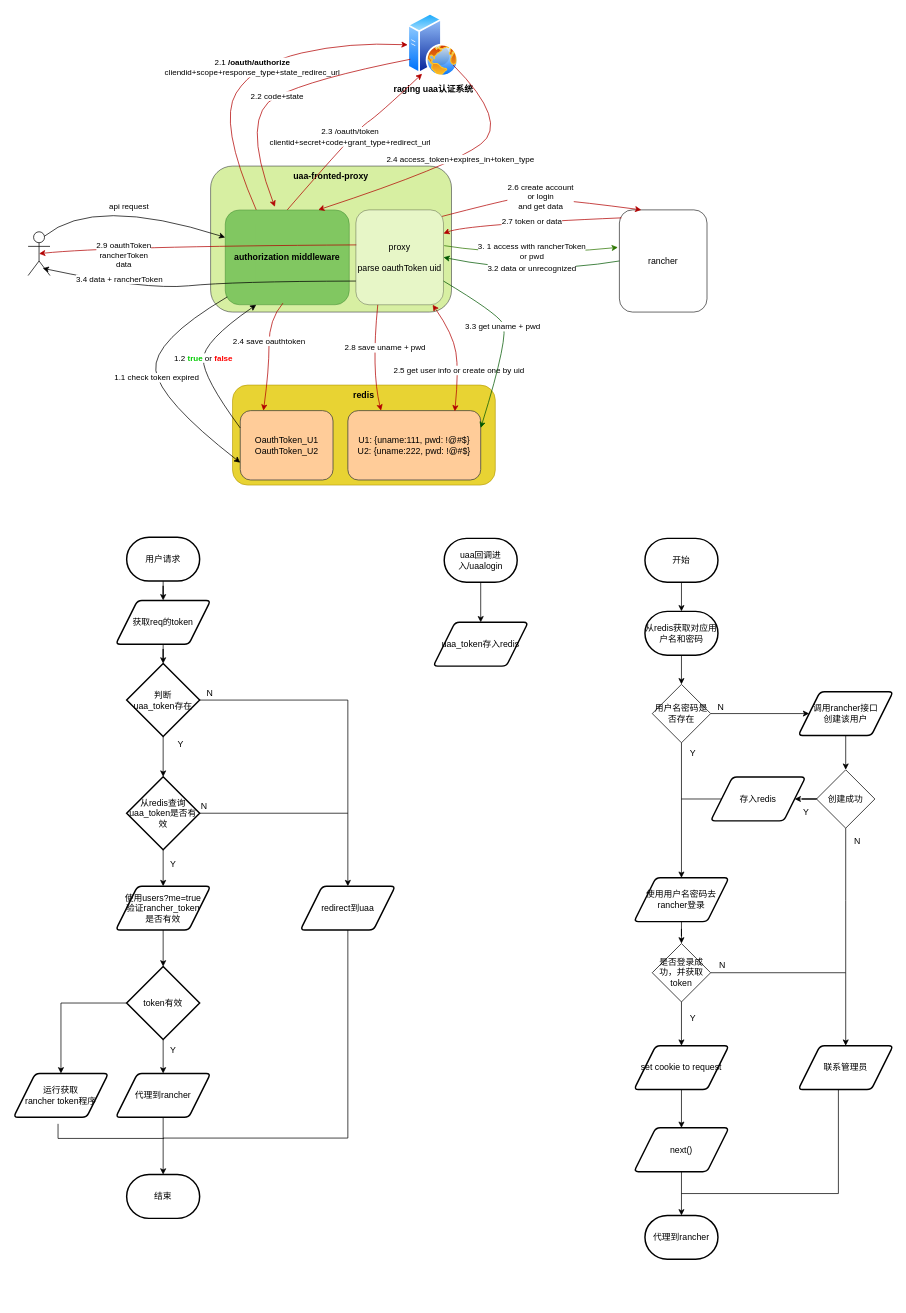
The draw.io diagram uaa-fronted-proxy.drawio in guowenshuai/draw.io, before the edit. Source tidied: cells renumbered, new cells numbered last; positions are measured from the earlier drawing's top-left corner, leaving out a move shared by most shapes. Both pictures are drawn from the tidied source at 73%, with x=0, y=0 at pixel (13, 12).
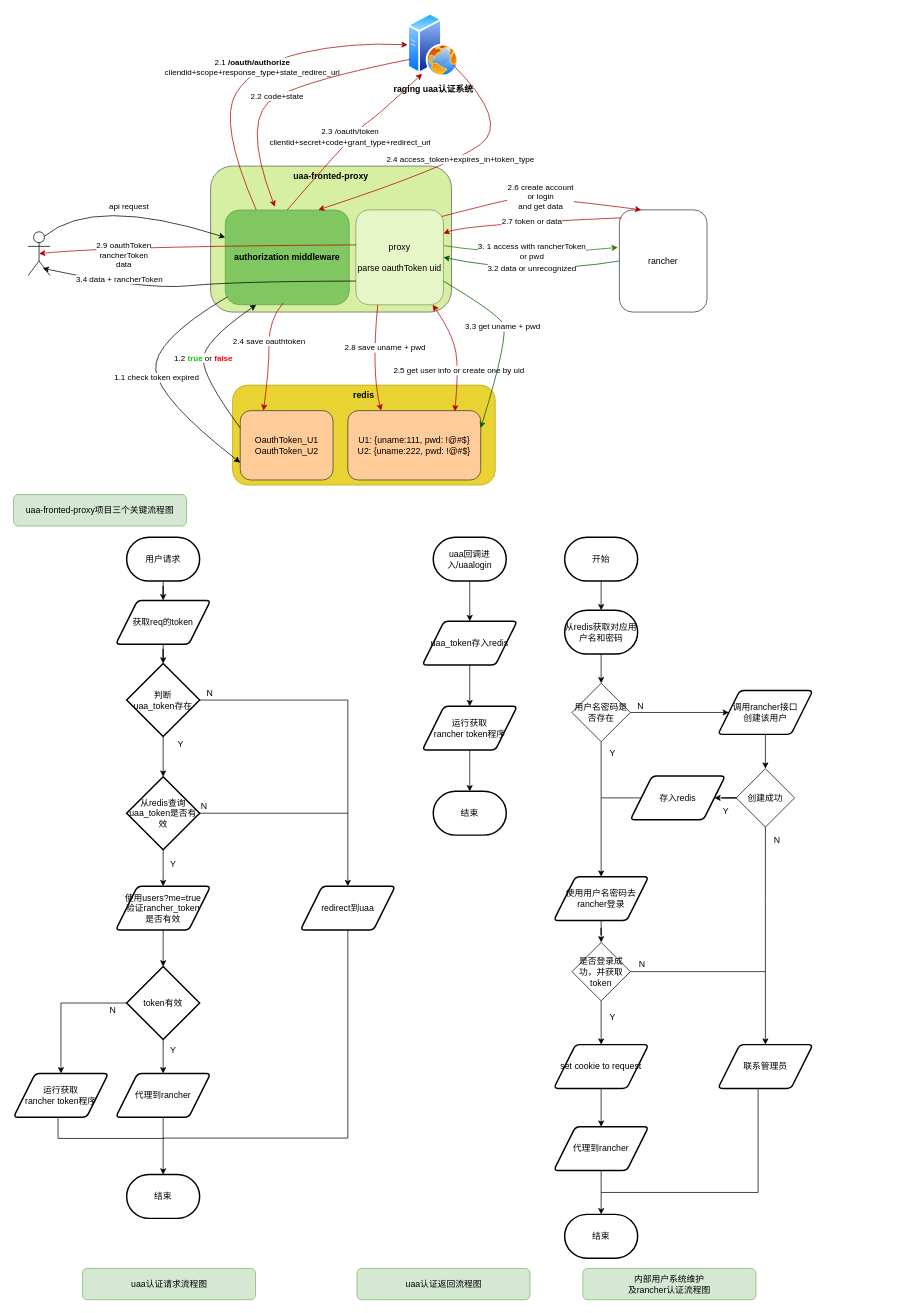
Above is the later version.

The change refers to these unchanged cells:
```xml
<mxCell id="90" value="运行获取&lt;br&gt;rancher token程序" style="shape=parallelogram;html=1;strokeWidth=2;perimeter=parallelogramPerimeter;whiteSpace=wrap;rounded=1;arcSize=12;size=0.23;" parent="1" vertex="1">
  <mxGeometry y="1453" width="130" height="60" as="geometry" />
</mxCell>
```

The edit, as a diff of the source:
```diff
@@
     <mxCell id="44" value="uaa回调进入/uaalogin" style="strokeWidth=2;html=1;shape=mxgraph.flowchart.terminator;whiteSpace=wrap;" parent="1" vertex="1">
-      <mxGeometry x="590" y="720" width="100" height="60" as="geometry" />
+      <mxGeometry x="575" y="718.5" width="100" height="60" as="geometry" />
     </mxCell>
@@
     <mxCell id="46" value="从redis获取对应用户名和密码" style="strokeWidth=2;html=1;shape=mxgraph.flowchart.terminator;whiteSpace=wrap;" parent="1" vertex="1">
-      <mxGeometry x="865" y="820" width="100" height="60" as="geometry" />
+      <mxGeometry x="755" y="818.5" width="100" height="60" as="geometry" />
     </mxCell>
@@
     <mxCell id="49" value="用户名密码是否存在" style="rhombus;whiteSpace=wrap;html=1;" parent="1" vertex="1">
-      <mxGeometry x="875" y="920" width="80" height="80" as="geometry" />
+      <mxGeometry x="765" y="918.5" width="80" height="80" as="geometry" />
     </mxCell>
@@
     <mxCell id="52" value="是否登录成功，并获取token" style="rhombus;whiteSpace=wrap;html=1;" parent="1" vertex="1">
-      <mxGeometry x="875" y="1275" width="80" height="80" as="geometry" />
+      <mxGeometry x="765" y="1273.5" width="80" height="80" as="geometry" />
     </mxCell>
+    <mxCell id="91" style="edgeStyle=orthogonalEdgeStyle;rounded=0;jettySize=auto;html=1;endArrow=classic;endFill=1;" parent="1" edge="1" source="53" target="93">
+      <mxGeometry relative="1" as="geometry" />
+    </mxCell>
     <mxCell id="53" value="uaa_token存入redis" style="shape=parallelogram;html=1;strokeWidth=2;perimeter=parallelogramPerimeter;whiteSpace=wrap;rounded=1;arcSize=12;size=0.23;" parent="1" vertex="1">
-      <mxGeometry x="575" y="835" width="130" height="60" as="geometry" />
+      <mxGeometry x="560" y="833.5" width="130" height="60" as="geometry" />
     </mxCell>
@@
     <mxCell id="55" value="调用rancher接口&lt;br&gt;创建该用户" style="shape=parallelogram;html=1;strokeWidth=2;perimeter=parallelogramPerimeter;whiteSpace=wrap;rounded=1;arcSize=12;size=0.23;" parent="1" vertex="1">
-      <mxGeometry x="1075" y="930" width="130" height="60" as="geometry" />
+      <mxGeometry x="965" y="928.5" width="130" height="60" as="geometry" />
     </mxCell>
     <mxCell id="56" value="N" style="text;html=1;align=left;verticalAlign=top;spacingTop=-4;" parent="1" vertex="1">
-      <mxGeometry x="963" y="941" width="20" height="20" as="geometry" />
+      <mxGeometry x="853" y="939.5" width="20" height="20" as="geometry" />
     </mxCell>
     <mxCell id="57" style="edgeStyle=orthogonalEdgeStyle;rounded=0;orthogonalLoop=1;jettySize=auto;html=1;endArrow=none;endFill=0;endSize=6;strokeWidth=1;" parent="1" edge="1">
       <mxGeometry relative="1" as="geometry">
-        <mxPoint x="975" y="1077" as="sourcePoint" />
-        <mxPoint x="915" y="1077" as="targetPoint" />
+        <mxPoint x="865" y="1075.5" as="sourcePoint" />
+        <mxPoint x="805" y="1075.5" as="targetPoint" />
       </mxGeometry>
     </mxCell>
     <mxCell id="58" value="存入redis" style="shape=parallelogram;html=1;strokeWidth=2;perimeter=parallelogramPerimeter;whiteSpace=wrap;rounded=1;arcSize=12;size=0.23;" parent="1" vertex="1">
-      <mxGeometry x="955" y="1047" width="130" height="60" as="geometry" />
+      <mxGeometry x="845" y="1045.5" width="130" height="60" as="geometry" />
     </mxCell>
     <mxCell id="59" value="Y" style="text;html=1;align=left;verticalAlign=top;spacingTop=-4;" parent="1" vertex="1">
-      <mxGeometry x="925" y="1005" width="20" height="20" as="geometry" />
+      <mxGeometry x="815" y="1003.5" width="20" height="20" as="geometry" />
     </mxCell>
     <mxCell id="60" value="Y" style="text;html=1;align=left;verticalAlign=top;spacingTop=-4;" parent="1" vertex="1">
-      <mxGeometry x="925" y="1367.5" width="20" height="20" as="geometry" />
+      <mxGeometry x="815" y="1366" width="20" height="20" as="geometry" />
     </mxCell>
@@
-    <mxCell id="63" value="代理到rancher" style="strokeWidth=2;html=1;shape=mxgraph.flowchart.terminator;whiteSpace=wrap;" parent="1" vertex="1">
-      <mxGeometry x="865" y="1647.5" width="100" height="60" as="geometry" />
+    <mxCell id="63" value="结束" style="strokeWidth=2;html=1;shape=mxgraph.flowchart.terminator;whiteSpace=wrap;" parent="1" vertex="1">
+      <mxGeometry x="755" y="1646" width="100" height="60" as="geometry" />
     </mxCell>
     <mxCell id="64" style="edgeStyle=orthogonalEdgeStyle;rounded=0;jettySize=auto;html=1;startArrow=none;startFill=0;endArrow=none;endFill=0;exitX=0.5;exitY=1;exitDx=0;exitDy=0;" parent="1" edge="1" source="70">
       <mxGeometry relative="1" as="geometry">
-        <mxPoint x="915" y="1617.5" as="targetPoint" />
+        <mxPoint x="805" y="1616" as="targetPoint" />
         <Array as="points">
-          <mxPoint x="1130" y="1618" />
+          <mxPoint x="1020" y="1616.5" />
         </Array>
       </mxGeometry>
     </mxCell>
@@
     <mxCell id="66" value="使用用户名密码去rancher登录" style="shape=parallelogram;html=1;strokeWidth=2;perimeter=parallelogramPerimeter;whiteSpace=wrap;rounded=1;arcSize=12;size=0.23;" parent="1" vertex="1">
-      <mxGeometry x="850" y="1185" width="130" height="60" as="geometry" />
+      <mxGeometry x="740" y="1183.5" width="130" height="60" as="geometry" />
     </mxCell>
     <mxCell id="67" value="N" style="text;html=1;align=left;verticalAlign=top;spacingTop=-4;" parent="1" vertex="1">
-      <mxGeometry x="965" y="1295" width="20" height="20" as="geometry" />
+      <mxGeometry x="855" y="1293.5" width="20" height="20" as="geometry" />
     </mxCell>
     <mxCell id="68" value="set cookie to request" style="shape=parallelogram;html=1;strokeWidth=2;perimeter=parallelogramPerimeter;whiteSpace=wrap;rounded=1;arcSize=12;size=0.23;" parent="1" vertex="1">
-      <mxGeometry x="850" y="1415" width="130" height="60" as="geometry" />
+      <mxGeometry x="740" y="1413.5" width="130" height="60" as="geometry" />
     </mxCell>
-    <mxCell id="69" value="next()" style="shape=parallelogram;html=1;strokeWidth=2;perimeter=parallelogramPerimeter;whiteSpace=wrap;rounded=1;arcSize=12;size=0.23;" parent="1" vertex="1">
-      <mxGeometry x="850" y="1527.5" width="130" height="60" as="geometry" />
+    <mxCell id="69" value="代理到rancher" style="shape=parallelogram;html=1;strokeWidth=2;perimeter=parallelogramPerimeter;whiteSpace=wrap;rounded=1;arcSize=12;size=0.23;" parent="1" vertex="1">
+      <mxGeometry x="740" y="1526" width="130" height="60" as="geometry" />
     </mxCell>
     <mxCell id="70" value="联系管理员" style="shape=parallelogram;html=1;strokeWidth=2;perimeter=parallelogramPerimeter;whiteSpace=wrap;rounded=1;arcSize=12;size=0.23;" parent="1" vertex="1">
-      <mxGeometry x="1075" y="1415" width="130" height="60" as="geometry" />
+      <mxGeometry x="965" y="1413.5" width="130" height="60" as="geometry" />
     </mxCell>
@@
     <mxCell id="79" style="edgeStyle=orthogonalEdgeStyle;rounded=0;jettySize=auto;html=1;endArrow=none;endFill=0;endSize=6;strokeWidth=1;" parent="1" edge="1" source="81">
       <mxGeometry relative="1" as="geometry">
-        <mxPoint x="1140" y="1315" as="targetPoint" />
+        <mxPoint x="1030" y="1313.5" as="targetPoint" />
       </mxGeometry>
     </mxCell>
@@
     <mxCell id="81" value="创建成功" style="rhombus;whiteSpace=wrap;html=1;" parent="1" vertex="1">
-      <mxGeometry x="1100" y="1037" width="80" height="80" as="geometry" />
+      <mxGeometry x="990" y="1035.5" width="80" height="80" as="geometry" />
     </mxCell>
     <mxCell id="82" value="N" style="text;html=1;align=left;verticalAlign=top;spacingTop=-4;" parent="1" vertex="1">
-      <mxGeometry x="1150" y="1125" width="20" height="20" as="geometry" />
+      <mxGeometry x="1040" y="1123.5" width="20" height="20" as="geometry" />
     </mxCell>
     <mxCell id="83" value="Y" style="text;html=1;align=left;verticalAlign=top;spacingTop=-4;" parent="1" vertex="1">
-      <mxGeometry x="1080" y="1085" width="20" height="20" as="geometry" />
+      <mxGeometry x="970" y="1083.5" width="20" height="20" as="geometry" />
     </mxCell>
@@
     <mxCell id="85" value="开始" style="strokeWidth=2;html=1;shape=mxgraph.flowchart.terminator;whiteSpace=wrap;" parent="1" vertex="1">
-      <mxGeometry x="865" y="720" width="100" height="60" as="geometry" />
+      <mxGeometry x="755" y="718.5" width="100" height="60" as="geometry" />
     </mxCell>
@@
-    <mxCell id="89" style="edgeStyle=orthogonalEdgeStyle;rounded=0;orthogonalLoop=1;jettySize=auto;html=1;endArrow=none;endFill=0;" parent="1" edge="1">
+    <mxCell id="89" style="edgeStyle=orthogonalEdgeStyle;rounded=0;jettySize=auto;html=1;endArrow=none;endFill=0;" parent="1" edge="1" source="90">
       <mxGeometry relative="1" as="geometry">
-        <mxPoint x="61" y="1522" as="sourcePoint" />
         <mxPoint x="206" y="1542" as="targetPoint" />
         <Array as="points">
           <mxPoint x="61" y="1542" />
         </Array>
       </mxGeometry>
     </mxCell>
@@
+    <mxCell id="92" style="edgeStyle=orthogonalEdgeStyle;rounded=0;jettySize=auto;html=1;endArrow=classic;endFill=1;" parent="1" edge="1" source="93" target="94">
+      <mxGeometry relative="1" as="geometry" />
+    </mxCell>
+    <mxCell id="93" value="运行获取&lt;br&gt;rancher token程序" style="shape=parallelogram;html=1;strokeWidth=2;perimeter=parallelogramPerimeter;whiteSpace=wrap;rounded=1;arcSize=12;size=0.23;" parent="1" vertex="1">
+      <mxGeometry x="560" y="950" width="130" height="60" as="geometry" />
+    </mxCell>
+    <mxCell id="94" value="结束" style="strokeWidth=2;html=1;shape=mxgraph.flowchart.terminator;whiteSpace=wrap;" parent="1" vertex="1">
+      <mxGeometry x="575" y="1066.5" width="100" height="60" as="geometry" />
+    </mxCell>
+    <mxCell id="95" value="N" style="text;html=1;align=left;verticalAlign=top;spacingTop=-4;" parent="1" vertex="1">
+      <mxGeometry x="130" y="1356.5" width="20" height="20" as="geometry" />
+    </mxCell>
+    <mxCell id="96" value="uaa认证请求流程图" style="rounded=1;whiteSpace=wrap;html=1;fillColor=#d5e8d4;strokeColor=#82b366;" parent="1" vertex="1">
+      <mxGeometry x="94.5" y="1720" width="237" height="43" as="geometry" />
+    </mxCell>
+    <mxCell id="97" value="uaa认证返回流程图" style="rounded=1;whiteSpace=wrap;html=1;fillColor=#d5e8d4;strokeColor=#82b366;" parent="1" vertex="1">
+      <mxGeometry x="470.5" y="1720" width="237" height="43" as="geometry" />
+    </mxCell>
+    <mxCell id="98" value="内部用户系统维护&lt;br&gt;及rancher认证流程图" style="rounded=1;whiteSpace=wrap;html=1;fillColor=#d5e8d4;strokeColor=#82b366;" parent="1" vertex="1">
+      <mxGeometry x="780" y="1720" width="237" height="43" as="geometry" />
+    </mxCell>
+    <mxCell id="99" value="uaa-fronted-proxy项目三个关键流程图" style="rounded=1;whiteSpace=wrap;html=1;fillColor=#d5e8d4;strokeColor=#82b366;" parent="1" vertex="1">
+      <mxGeometry y="660" width="237" height="43" as="geometry" />
+    </mxCell>
```
